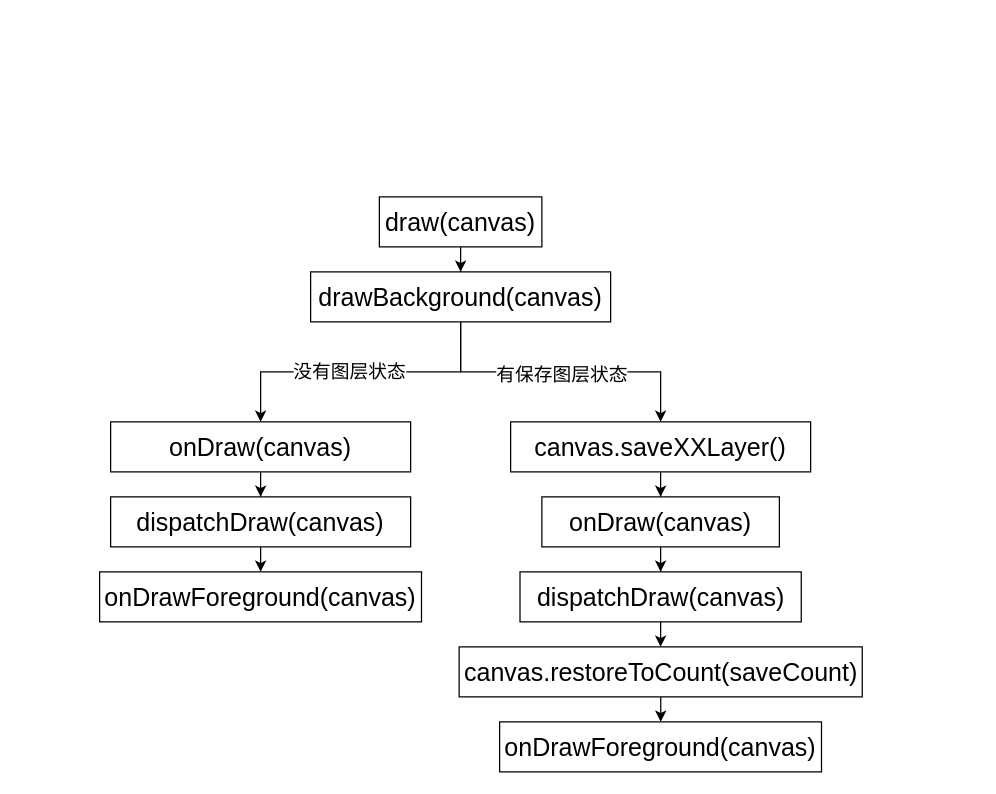
Before: View/draw.drawio in 512DIDIDI/AndroidKnowledge, a draw.io diagram. Source tidied: cells renumbered, new cells numbered last; positions are measured from the earlier drawing's top-left corner, leaving out a move shared by most shapes. Both pictures are drawn from the tidied source at 125%, with x=0, y=0 at pixel (99, 196).
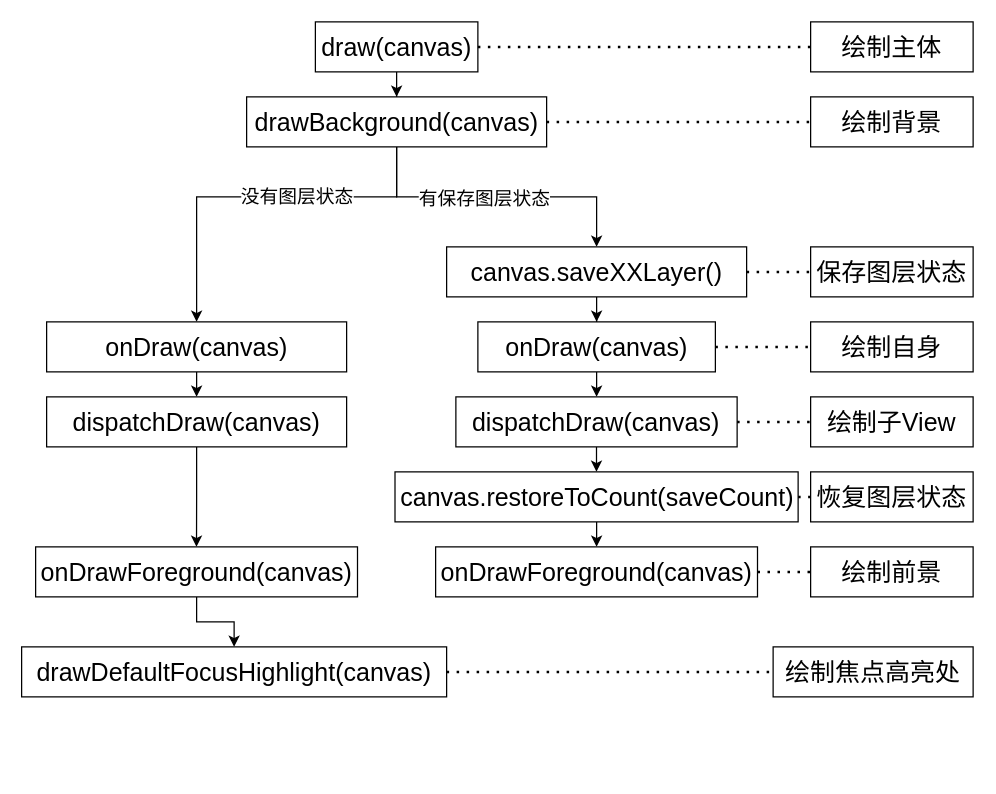
Above is the later version.

Unchanged cells that the change refers to:
```xml
<mxCell id="6" style="edgeStyle=orthogonalEdgeStyle;rounded=0;jettySize=auto;html=1;entryX=0.5;entryY=0;entryDx=0;entryDy=0;" parent="1" edge="1" source="8" target="15">
  <mxGeometry relative="1" as="geometry" />
</mxCell>
```

What changed in the source:
```diff
@@
     <mxCell id="3" value="&lt;font style=&quot;font-size: 20px&quot;&gt;draw(canvas)&lt;/font&gt;" style="rounded=0;whiteSpace=wrap;html=1;" parent="1" vertex="1">
-      <mxGeometry x="224" width="130" height="40" as="geometry" />
+      <mxGeometry x="172.8" y="-140" width="130" height="40" as="geometry" />
     </mxCell>
+    <mxCell id="23" value="&lt;span style=&quot;font-size: 20px&quot;&gt;绘制主体&lt;/span&gt;" style="rounded=0;whiteSpace=wrap;html=1;" parent="1" vertex="1">
+      <mxGeometry x="569" y="-140" width="130" height="40" as="geometry" />
+    </mxCell>
     <mxCell id="4" style="edgeStyle=orthogonalEdgeStyle;rounded=0;jettySize=auto;html=1;" parent="1" edge="1" source="8" target="10">
-      <mxGeometry relative="1" as="geometry" />
+      <mxGeometry relative="1" as="geometry">
+        <Array as="points">
+          <mxPoint x="237.8" />
+          <mxPoint x="77.8" />
+        </Array>
+      </mxGeometry>
     </mxCell>
     <mxCell id="5" value="&lt;font style=&quot;font-size: 15px&quot;&gt;没有图层状态&lt;/font&gt;" style="edgeLabel;html=1;align=center;verticalAlign=middle;" parent="4" vertex="1">
       <mxGeometry x="0.19" y="-2" relative="1" as="geometry">
-        <mxPoint x="13" as="offset" />
+        <mxPoint x="59" as="offset" />
       </mxGeometry>
     </mxCell>
@@
     <mxCell id="7" value="&lt;span style=&quot;font-size: 15px&quot;&gt;有保存图层状态&lt;/span&gt;" style="edgeLabel;html=1;align=center;verticalAlign=middle;" parent="6" vertex="1">
       <mxGeometry x="-0.21" y="-1" relative="1" as="geometry">
-        <mxPoint x="25" as="offset" />
+        <mxPoint x="15" y="-1" as="offset" />
       </mxGeometry>
     </mxCell>
     <mxCell id="8" value="&lt;font style=&quot;font-size: 20px&quot;&gt;drawBackground(canvas)&lt;/font&gt;" style="rounded=0;whiteSpace=wrap;html=1;" parent="1" vertex="1">
-      <mxGeometry x="169" y="60" width="240" height="40" as="geometry" />
+      <mxGeometry x="117.8" y="-80" width="240" height="40" as="geometry" />
     </mxCell>
@@
     <mxCell id="10" value="&lt;font style=&quot;font-size: 20px&quot;&gt;onDraw(canvas)&lt;/font&gt;" style="rounded=0;whiteSpace=wrap;html=1;" parent="1" vertex="1">
-      <mxGeometry x="9" y="180" width="240" height="40" as="geometry" />
+      <mxGeometry x="-42.2" y="100" width="240" height="40" as="geometry" />
     </mxCell>
@@
     <mxCell id="12" value="&lt;font style=&quot;font-size: 20px&quot;&gt;dispatchDraw(canvas)&lt;/font&gt;" style="rounded=0;whiteSpace=wrap;html=1;" parent="1" vertex="1">
-      <mxGeometry x="9" y="240" width="240" height="40" as="geometry" />
+      <mxGeometry x="-42.2" y="160" width="240" height="40" as="geometry" />
     </mxCell>
+    <mxCell id="24" style="edgeStyle=orthogonalEdgeStyle;rounded=0;jettySize=auto;html=1;" parent="1" edge="1" source="13" target="25">
+      <mxGeometry relative="1" as="geometry" />
+    </mxCell>
     <mxCell id="13" value="&lt;font style=&quot;font-size: 20px&quot;&gt;onDrawForeground(canvas)&lt;/font&gt;" style="rounded=0;whiteSpace=wrap;html=1;" parent="1" vertex="1">
-      <mxGeometry x="0.2" y="300" width="257.5" height="40" as="geometry" />
+      <mxGeometry x="-51" y="280" width="257.5" height="40" as="geometry" />
     </mxCell>
+    <mxCell id="25" value="&lt;font style=&quot;font-size: 20px&quot;&gt;drawDefaultFocusHighlight(canvas)&lt;/font&gt;" style="rounded=0;whiteSpace=wrap;html=1;" parent="1" vertex="1">
+      <mxGeometry x="-62.2" y="360" width="340" height="40" as="geometry" />
+    </mxCell>
@@
     <mxCell id="15" value="&lt;font style=&quot;font-size: 20px&quot;&gt;canvas.saveXXLayer()&lt;/font&gt;" style="rounded=0;whiteSpace=wrap;html=1;" parent="1" vertex="1">
-      <mxGeometry x="329" y="180" width="240" height="40" as="geometry" />
+      <mxGeometry x="277.8" y="40" width="240" height="40" as="geometry" />
     </mxCell>
@@
     <mxCell id="17" value="&lt;font style=&quot;font-size: 20px&quot;&gt;onDraw(canvas)&lt;/font&gt;" style="rounded=0;whiteSpace=wrap;html=1;" parent="1" vertex="1">
-      <mxGeometry x="354" y="240" width="190" height="40" as="geometry" />
+      <mxGeometry x="302.8" y="100" width="190" height="40" as="geometry" />
     </mxCell>
@@
     <mxCell id="19" value="&lt;span style=&quot;font-size: 20px&quot;&gt;dispatchDraw(canvas)&lt;/span&gt;" style="rounded=0;whiteSpace=wrap;html=1;" parent="1" vertex="1">
-      <mxGeometry x="336.5" y="300" width="225" height="40" as="geometry" />
+      <mxGeometry x="285.2" y="160" width="225" height="40" as="geometry" />
     </mxCell>
@@
     <mxCell id="21" value="&lt;span style=&quot;font-size: 20px&quot;&gt;canvas.restoreToCount(saveCount)&lt;/span&gt;" style="rounded=0;whiteSpace=wrap;html=1;" parent="1" vertex="1">
-      <mxGeometry x="287.8" y="360" width="322.5" height="40" as="geometry" />
+      <mxGeometry x="236.5" y="220" width="322.5" height="40" as="geometry" />
     </mxCell>
     <mxCell id="22" value="&lt;font style=&quot;font-size: 20px&quot;&gt;onDrawForeground(canvas)&lt;/font&gt;" style="rounded=0;whiteSpace=wrap;html=1;" parent="1" vertex="1">
-      <mxGeometry x="320.2" y="420" width="257.5" height="40" as="geometry" />
+      <mxGeometry x="269" y="280" width="257.5" height="40" as="geometry" />
     </mxCell>
+    <mxCell id="26" style="endArrow=none;dashed=1;html=1;dashPattern=1 3;strokeWidth=2;exitX=1;exitY=0.5;exitDx=0;exitDy=0;entryX=0;entryY=0.5;entryDx=0;entryDy=0;" parent="1" edge="1" source="3" target="23">
+      <mxGeometry relative="1" as="geometry" />
+    </mxCell>
+    <mxCell id="27" value="&lt;span style=&quot;font-size: 20px&quot;&gt;绘制背景&lt;/span&gt;" style="rounded=0;whiteSpace=wrap;html=1;" parent="1" vertex="1">
+      <mxGeometry x="569" y="-80" width="130" height="40" as="geometry" />
+    </mxCell>
+    <mxCell id="28" style="endArrow=none;dashed=1;html=1;dashPattern=1 3;strokeWidth=2;exitX=1;exitY=0.5;exitDx=0;exitDy=0;entryX=0;entryY=0.5;entryDx=0;entryDy=0;" parent="1" edge="1" source="8" target="27">
+      <mxGeometry relative="1" as="geometry" />
+    </mxCell>
+    <mxCell id="29" value="&lt;span style=&quot;font-size: 20px&quot;&gt;保存图层状态&lt;/span&gt;" style="rounded=0;whiteSpace=wrap;html=1;" parent="1" vertex="1">
+      <mxGeometry x="569" y="40" width="130" height="40" as="geometry" />
+    </mxCell>
+    <mxCell id="30" style="endArrow=none;dashed=1;html=1;dashPattern=1 3;strokeWidth=2;exitX=1;exitY=0.5;exitDx=0;exitDy=0;entryX=0;entryY=0.5;entryDx=0;entryDy=0;" parent="1" edge="1" source="15" target="29">
+      <mxGeometry relative="1" as="geometry" />
+    </mxCell>
+    <mxCell id="31" value="&lt;span style=&quot;font-size: 20px&quot;&gt;绘制自身&lt;/span&gt;" style="rounded=0;whiteSpace=wrap;html=1;" parent="1" vertex="1">
+      <mxGeometry x="569" y="100" width="130" height="40" as="geometry" />
+    </mxCell>
+    <mxCell id="32" style="endArrow=none;dashed=1;html=1;dashPattern=1 3;strokeWidth=2;exitX=1;exitY=0.5;exitDx=0;exitDy=0;entryX=0;entryY=0.5;entryDx=0;entryDy=0;" parent="1" edge="1" source="17" target="31">
+      <mxGeometry relative="1" as="geometry" />
+    </mxCell>
+    <mxCell id="33" value="&lt;span style=&quot;font-size: 20px&quot;&gt;绘制子View&lt;/span&gt;" style="rounded=0;whiteSpace=wrap;html=1;" parent="1" vertex="1">
+      <mxGeometry x="569" y="160" width="130" height="40" as="geometry" />
+    </mxCell>
+    <mxCell id="34" style="endArrow=none;dashed=1;html=1;dashPattern=1 3;strokeWidth=2;exitX=1;exitY=0.5;exitDx=0;exitDy=0;entryX=0;entryY=0.5;entryDx=0;entryDy=0;" parent="1" edge="1" source="19" target="33">
+      <mxGeometry relative="1" as="geometry" />
+    </mxCell>
+    <mxCell id="35" value="&lt;span style=&quot;font-size: 20px&quot;&gt;恢复图层状态&lt;/span&gt;" style="rounded=0;whiteSpace=wrap;html=1;" parent="1" vertex="1">
+      <mxGeometry x="569" y="220" width="130" height="40" as="geometry" />
+    </mxCell>
+    <mxCell id="36" style="endArrow=none;dashed=1;html=1;dashPattern=1 3;strokeWidth=2;exitX=1;exitY=0.5;exitDx=0;exitDy=0;entryX=0;entryY=0.5;entryDx=0;entryDy=0;" parent="1" edge="1" source="21" target="35">
+      <mxGeometry relative="1" as="geometry" />
+    </mxCell>
+    <mxCell id="37" value="&lt;span style=&quot;font-size: 20px&quot;&gt;绘制前景&lt;/span&gt;" style="rounded=0;whiteSpace=wrap;html=1;" parent="1" vertex="1">
+      <mxGeometry x="569" y="280" width="130" height="40" as="geometry" />
+    </mxCell>
+    <mxCell id="38" style="endArrow=none;dashed=1;html=1;dashPattern=1 3;strokeWidth=2;exitX=1;exitY=0.5;exitDx=0;exitDy=0;entryX=0;entryY=0.5;entryDx=0;entryDy=0;" parent="1" edge="1" source="22" target="37">
+      <mxGeometry relative="1" as="geometry" />
+    </mxCell>
+    <mxCell id="39" value="&lt;span style=&quot;font-size: 20px&quot;&gt;绘制焦点高亮处&lt;/span&gt;" style="rounded=0;whiteSpace=wrap;html=1;" parent="1" vertex="1">
+      <mxGeometry x="539" y="360" width="160" height="40" as="geometry" />
+    </mxCell>
+    <mxCell id="40" style="endArrow=none;dashed=1;html=1;dashPattern=1 3;strokeWidth=2;exitX=1;exitY=0.5;exitDx=0;exitDy=0;entryX=0;entryY=0.5;entryDx=0;entryDy=0;" parent="1" edge="1" source="25" target="39">
+      <mxGeometry relative="1" as="geometry" />
+    </mxCell>
```
